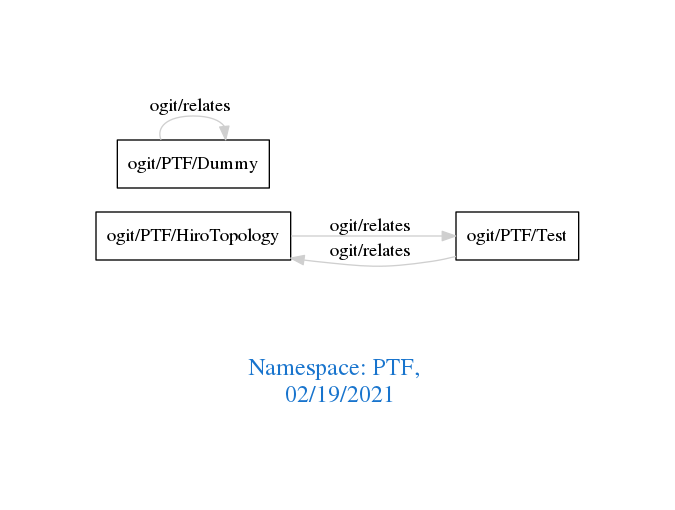
The Graphviz diagram downloads/PTF.png in arago/OGIT, before a commit. Its source is kept beside it as downloads/PTF.dot.
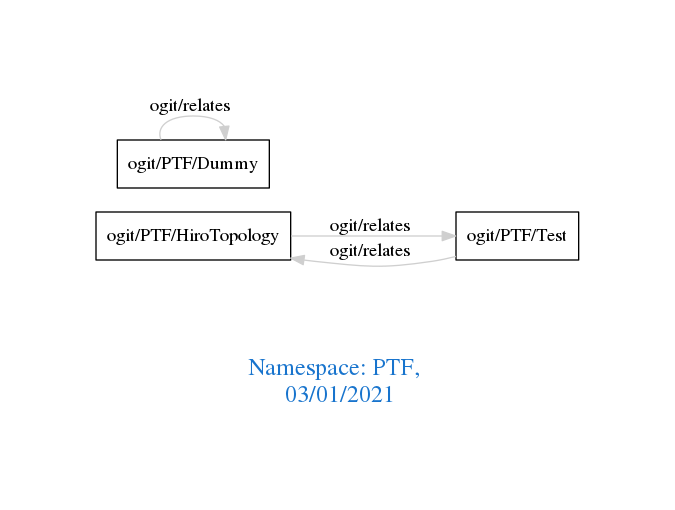
Above is the later version.

The edit, as a diff of the source:
```diff
@@ -1,7 +1,7 @@
 digraph OGIT_ontology {
  graph [ rankdir= LR,pad=1
 fontsize = 18,
-fontcolor= dodgerblue3,label = "\n\n\nNamespace: PTF, \n 02/19/2021"];
+fontcolor= dodgerblue3,label = "\n\n\nNamespace: PTF, \n 03/01/2021"];
 node[shape=polygon];
 edge [  color="gray81"];
 
```
